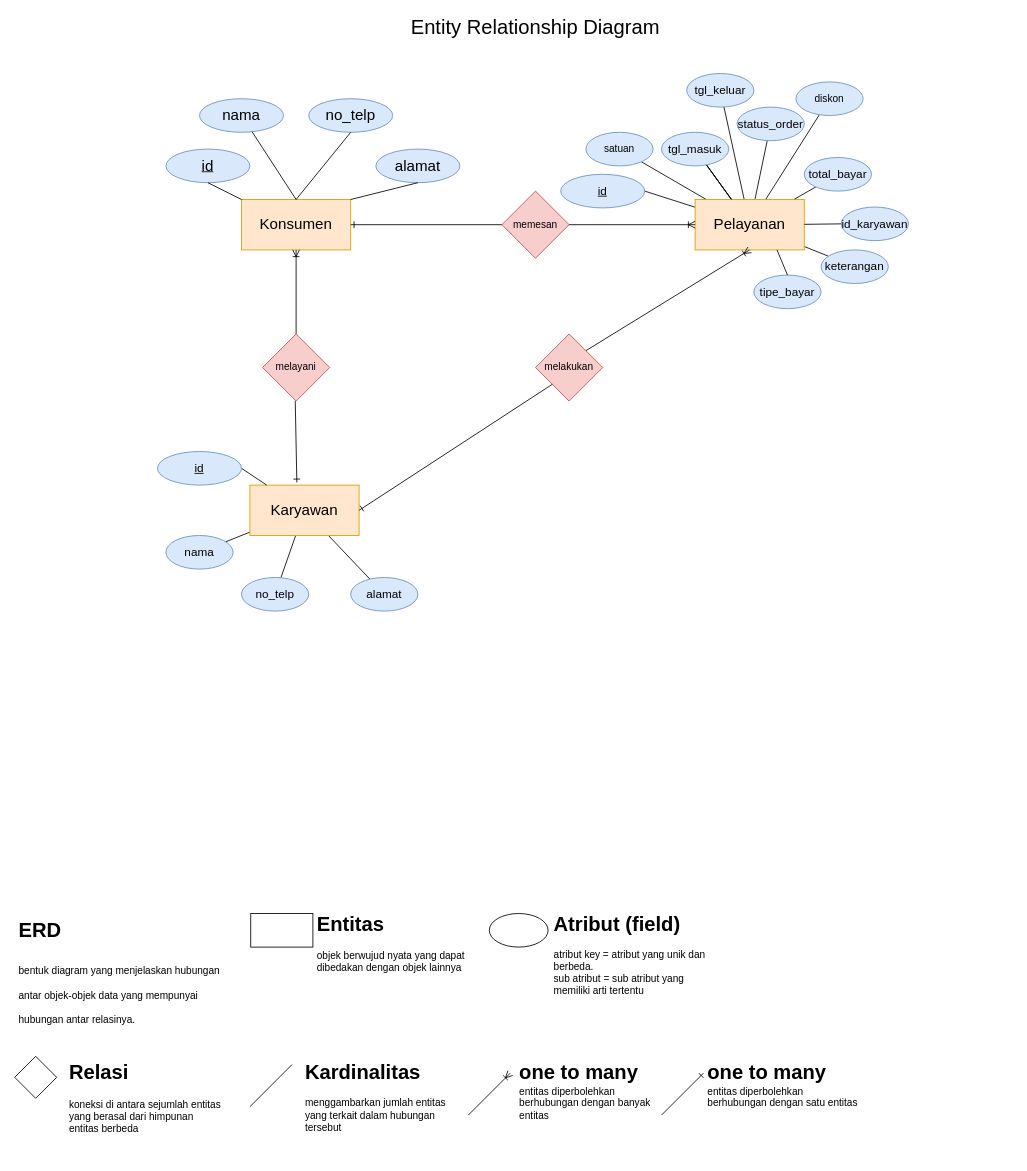
This is page "page-1" (1 of 4) of Desain Ujikom.drawio from alditasptnsr/ujikom_aldita, a draw.io file, before an edit. Source tidied: cells renumbered, new cells numbered last; positions are measured from the earlier drawing's top-left corner, leaving out a move shared by most shapes. Both pictures are drawn from the tidied source at 84%, with x=0, y=0 at pixel (14, 14).
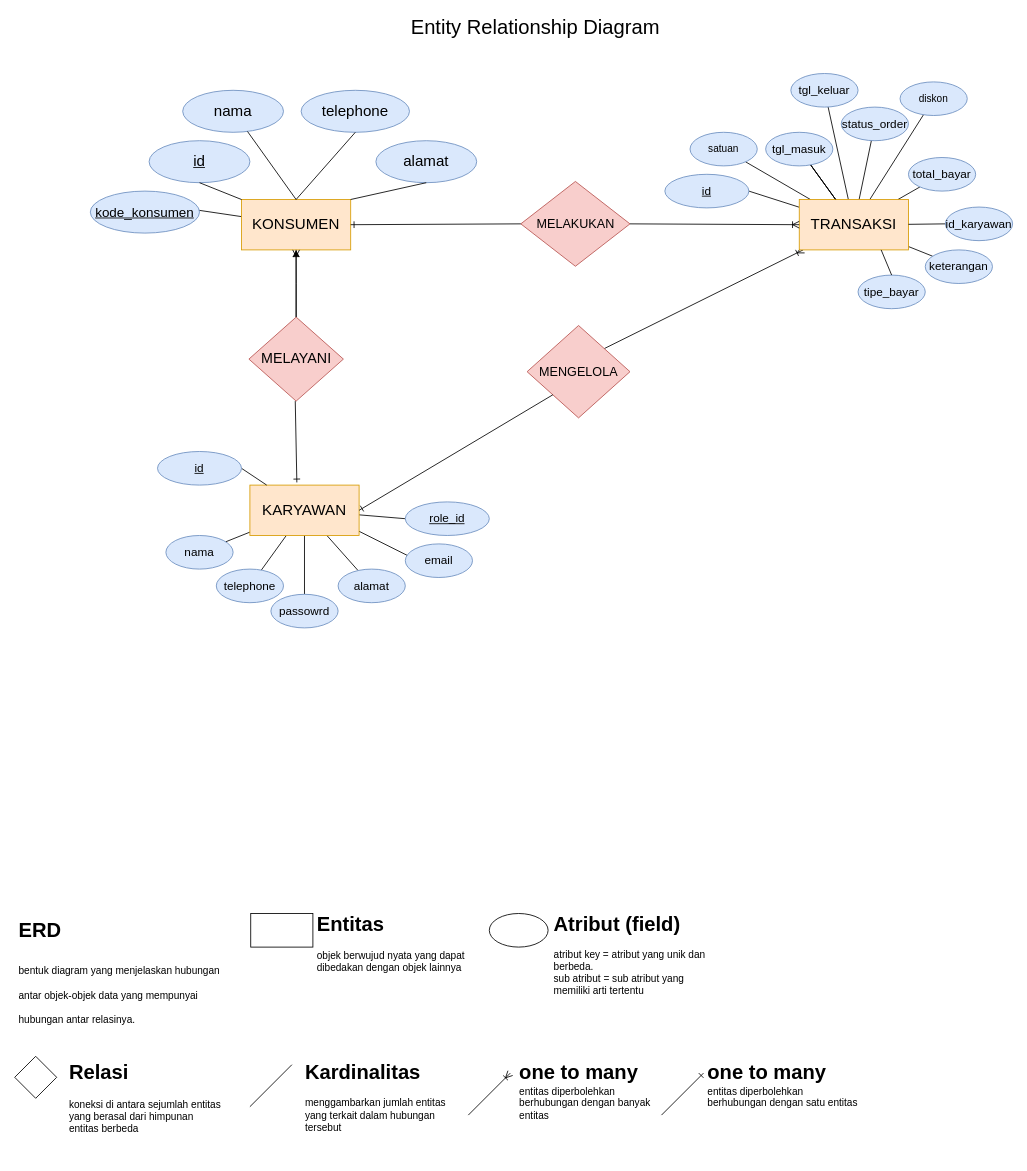
Above is the later version.

Change to the diagram source:
```diff
@@
+    <mxCell id="67" style="rounded=0;jettySize=auto;html=1;" parent="1" edge="1" source="2">
+      <mxGeometry relative="1" as="geometry">
+        <mxPoint x="200" y="230" as="targetPoint" />
+      </mxGeometry>
+    </mxCell>
-    <mxCell id="2" value="&lt;font style=&quot;font-size: 18px;&quot;&gt;Konsumen&lt;/font&gt;" style="whiteSpace=wrap;html=1;align=center;fillColor=#ffe6cc;strokeColor=#d79b00;" parent="1" vertex="1">
+    <mxCell id="2" value="&lt;font style=&quot;font-size: 18px;&quot;&gt;KONSUMEN&lt;/font&gt;" style="whiteSpace=wrap;html=1;align=center;fillColor=#ffe6cc;strokeColor=#d79b00;" parent="1" vertex="1">
       <mxGeometry x="270" y="220" width="130" height="60" as="geometry" />
     </mxCell>
@@
+    <mxCell id="68" style="rounded=0;jettySize=auto;html=1;entryX=0;entryY=0.5;entryDx=0;entryDy=0;endArrow=none;endFill=0;" parent="1" edge="1" source="6" target="74">
+      <mxGeometry relative="1" as="geometry" />
+    </mxCell>
+    <mxCell id="69" style="edgeStyle=orthogonalEdgeStyle;rounded=0;jettySize=auto;html=1;entryX=0.5;entryY=0;entryDx=0;entryDy=0;endArrow=none;endFill=0;" parent="1" edge="1" source="6" target="76">
+      <mxGeometry relative="1" as="geometry" />
+    </mxCell>
+    <mxCell id="70" style="rounded=0;orthogonalLoop=1;jettySize=auto;html=1;entryX=0;entryY=0.5;entryDx=0;entryDy=0;endArrow=none;endFill=0;" parent="1" edge="1">
+      <mxGeometry relative="1" as="geometry">
+        <mxPoint x="408" y="614" as="sourcePoint" />
+        <mxPoint x="468" y="644" as="targetPoint" />
+      </mxGeometry>
+    </mxCell>
-    <mxCell id="6" value="&lt;font style=&quot;font-size: 18px;&quot;&gt;Karyawan&lt;/font&gt;" style="whiteSpace=wrap;html=1;align=center;fillColor=#ffe6cc;strokeColor=#d79b00;" parent="1" vertex="1">
+    <mxCell id="6" value="&lt;font style=&quot;font-size: 18px;&quot;&gt;KARYAWAN&lt;/font&gt;" style="whiteSpace=wrap;html=1;align=center;fillColor=#ffe6cc;strokeColor=#d79b00;" parent="1" vertex="1">
       <mxGeometry x="280" y="560" width="130" height="60" as="geometry" />
     </mxCell>
@@
+    <mxCell id="71" style="rounded=0;jettySize=auto;html=1;entryX=1;entryY=0;entryDx=0;entryDy=0;endArrow=none;endFill=0;startArrow=ERoneToMany;startFill=0;" parent="1" edge="1" source="16" target="19">
+      <mxGeometry relative="1" as="geometry" />
+    </mxCell>
-    <mxCell id="16" value="&lt;font style=&quot;font-size: 18px;&quot;&gt;Pelayanan&lt;/font&gt;" style="whiteSpace=wrap;html=1;align=center;fillColor=#ffe6cc;strokeColor=#d79b00;" parent="1" vertex="1">
-      <mxGeometry x="810" y="220" width="130" height="60" as="geometry" />
+    <mxCell id="16" value="&lt;font style=&quot;font-size: 18px;&quot;&gt;TRANSAKSI&lt;/font&gt;" style="whiteSpace=wrap;html=1;align=center;fillColor=#ffe6cc;strokeColor=#d79b00;" parent="1" vertex="1">
+      <mxGeometry x="934" y="220" width="130" height="60" as="geometry" />
     </mxCell>
+    <mxCell id="72" style="edgeStyle=orthogonalEdgeStyle;rounded=0;jettySize=auto;html=1;" parent="1" edge="1" source="17" target="2">
+      <mxGeometry relative="1" as="geometry" />
+    </mxCell>
-    <mxCell id="17" value="melayani" style="rhombus;whiteSpace=wrap;html=1;fillColor=#f8cecc;strokeColor=#b85450;" parent="1" vertex="1">
-      <mxGeometry x="295" y="380" width="80" height="80" as="geometry" />
+    <mxCell id="17" value="&lt;font style=&quot;font-size: 17px;&quot;&gt;MELAYANI&lt;/font&gt;" style="rhombus;whiteSpace=wrap;html=1;fillColor=#f8cecc;strokeColor=#b85450;" parent="1" vertex="1">
+      <mxGeometry x="278.8" y="360" width="112.5" height="100" as="geometry" />
     </mxCell>
-    <mxCell id="18" value="memesan" style="rhombus;whiteSpace=wrap;html=1;fillColor=#f8cecc;strokeColor=#b85450;" parent="1" vertex="1">
-      <mxGeometry x="580" y="210" width="80" height="80" as="geometry" />
+    <mxCell id="18" value="&lt;font style=&quot;font-size: 15px;&quot;&gt;MELAKUKAN&lt;/font&gt;" style="rhombus;whiteSpace=wrap;html=1;fillColor=#f8cecc;strokeColor=#b85450;" parent="1" vertex="1">
+      <mxGeometry x="602.5" y="198.5" width="130" height="101" as="geometry" />
     </mxCell>
-    <mxCell id="19" value="melakukan" style="rhombus;whiteSpace=wrap;html=1;fillColor=#f8cecc;strokeColor=#b85450;" parent="1" vertex="1">
-      <mxGeometry x="620" y="380" width="80" height="80" as="geometry" />
+    <mxCell id="19" value="&lt;font style=&quot;font-size: 15px;&quot;&gt;MENGELOLA&lt;/font&gt;" style="rhombus;whiteSpace=wrap;html=1;fillColor=#f8cecc;strokeColor=#b85450;" parent="1" vertex="1">
+      <mxGeometry x="610" y="370" width="122.5" height="110" as="geometry" />
     </mxCell>
     <mxCell id="20" style="fontSize=12;html=1;endArrow=ERoneToMany;endFill=0;rounded=0;" parent="1" edge="1">
       <mxGeometry relative="1" as="geometry">
-        <mxPoint x="335" y="380" as="sourcePoint" />
+        <mxPoint x="335" y="360" as="sourcePoint" />
         <mxPoint x="335" y="280" as="targetPoint" />
       </mxGeometry>
     </mxCell>
@@
-    <mxCell id="23" style="fontSize=12;html=1;endArrow=ERoneToMany;endFill=0;rounded=0;entryX=0.5;entryY=1;entryDx=0;entryDy=0;exitX=1;exitY=0;exitDx=0;exitDy=0;" parent="1" edge="1" source="19" target="16">
-      <mxGeometry relative="1" as="geometry" />
-    </mxCell>
@@
     <mxCell id="26" value="id" style="ellipse;whiteSpace=wrap;html=1;align=center;fontStyle=4;fontSize=18;fillColor=#dae8fc;strokeColor=#6c8ebf;" parent="1" vertex="1">
-      <mxGeometry x="180" y="160" width="100" height="40" as="geometry" />
+      <mxGeometry x="160" y="150" width="120" height="50" as="geometry" />
     </mxCell>
@@
     <mxCell id="28" value="nama" style="ellipse;whiteSpace=wrap;html=1;align=center;fontSize=18;fillColor=#dae8fc;strokeColor=#6c8ebf;" parent="1" vertex="1">
-      <mxGeometry x="220" y="100" width="100" height="40" as="geometry" />
+      <mxGeometry x="200" y="90" width="120" height="50" as="geometry" />
     </mxCell>
-    <mxCell id="29" value="no_telp" style="ellipse;whiteSpace=wrap;html=1;align=center;fontSize=18;fillColor=#dae8fc;strokeColor=#6c8ebf;" parent="1" vertex="1">
-      <mxGeometry x="350" y="100" width="100" height="40" as="geometry" />
+    <mxCell id="29" value="telephone" style="ellipse;whiteSpace=wrap;html=1;align=center;fontSize=18;fillColor=#dae8fc;strokeColor=#6c8ebf;" parent="1" vertex="1">
+      <mxGeometry x="341" y="90" width="129" height="50" as="geometry" />
     </mxCell>
     <mxCell id="30" value="alamat" style="ellipse;whiteSpace=wrap;html=1;align=center;fontSize=18;fillColor=#dae8fc;strokeColor=#6c8ebf;" parent="1" vertex="1">
-      <mxGeometry x="430" y="160" width="100" height="40" as="geometry" />
+      <mxGeometry x="430" y="150" width="120" height="50" as="geometry" />
     </mxCell>
@@
     <mxCell id="34" value="satuan" style="ellipse;whiteSpace=wrap;html=1;fillColor=#dae8fc;strokeColor=#6c8ebf;" parent="1" vertex="1">
-      <mxGeometry x="680" y="140" width="80" height="40" as="geometry" />
+      <mxGeometry x="804" y="140" width="80" height="40" as="geometry" />
     </mxCell>
@@
     <mxCell id="36" value="&lt;font style=&quot;font-size: 14px;&quot;&gt;tgl_masuk&lt;/font&gt;" style="ellipse;whiteSpace=wrap;html=1;fillColor=#dae8fc;strokeColor=#6c8ebf;" parent="1" vertex="1">
-      <mxGeometry x="770" y="140" width="80" height="40" as="geometry" />
+      <mxGeometry x="894" y="140" width="80" height="40" as="geometry" />
     </mxCell>
     <mxCell id="37" value="&lt;font style=&quot;font-size: 14px;&quot;&gt;tgl_keluar&lt;/font&gt;" style="ellipse;whiteSpace=wrap;html=1;fillColor=#dae8fc;strokeColor=#6c8ebf;" parent="1" vertex="1">
-      <mxGeometry x="800" y="70" width="80" height="40" as="geometry" />
+      <mxGeometry x="924" y="70" width="80" height="40" as="geometry" />
     </mxCell>
     <mxCell id="38" value="&lt;font style=&quot;font-size: 14px;&quot;&gt;status_order&lt;/font&gt;" style="ellipse;whiteSpace=wrap;html=1;fillColor=#dae8fc;strokeColor=#6c8ebf;" parent="1" vertex="1">
-      <mxGeometry x="860" y="110" width="80" height="40" as="geometry" />
+      <mxGeometry x="984" y="110" width="80" height="40" as="geometry" />
     </mxCell>
     <mxCell id="39" value="diskon" style="ellipse;whiteSpace=wrap;html=1;fillColor=#dae8fc;strokeColor=#6c8ebf;" parent="1" vertex="1">
-      <mxGeometry x="930" y="80" width="80" height="40" as="geometry" />
+      <mxGeometry x="1054" y="80" width="80" height="40" as="geometry" />
     </mxCell>
@@
     <mxCell id="41" value="&lt;font style=&quot;font-size: 14px;&quot;&gt;total_bayar&lt;/font&gt;" style="ellipse;whiteSpace=wrap;html=1;fillColor=#dae8fc;strokeColor=#6c8ebf;" parent="1" vertex="1">
-      <mxGeometry x="940" y="170" width="80" height="40" as="geometry" />
+      <mxGeometry x="1064" y="170" width="80" height="40" as="geometry" />
     </mxCell>
     <mxCell id="42" value="&lt;font style=&quot;font-size: 14px;&quot;&gt;keterangan&lt;/font&gt;" style="ellipse;whiteSpace=wrap;html=1;fillColor=#dae8fc;strokeColor=#6c8ebf;" parent="1" vertex="1">
-      <mxGeometry x="960" y="280" width="80" height="40" as="geometry" />
+      <mxGeometry x="1084" y="280" width="80" height="40" as="geometry" />
     </mxCell>
     <mxCell id="43" value="id" style="ellipse;whiteSpace=wrap;html=1;align=center;fontStyle=4;fontSize=14;fillColor=#dae8fc;strokeColor=#6c8ebf;" parent="1" vertex="1">
-      <mxGeometry x="650" y="190" width="100" height="40" as="geometry" />
+      <mxGeometry x="774" y="190" width="100" height="40" as="geometry" />
     </mxCell>
@@
-    <mxCell id="47" value="&lt;font style=&quot;font-size: 14px;&quot;&gt;no_telp&lt;/font&gt;" style="ellipse;whiteSpace=wrap;html=1;fillColor=#dae8fc;strokeColor=#6c8ebf;" parent="1" vertex="1">
-      <mxGeometry x="270" y="670" width="80" height="40" as="geometry" />
+    <mxCell id="47" value="&lt;font style=&quot;font-size: 14px;&quot;&gt;telephone&lt;/font&gt;" style="ellipse;whiteSpace=wrap;html=1;fillColor=#dae8fc;strokeColor=#6c8ebf;" parent="1" vertex="1">
+      <mxGeometry x="240" y="660" width="80" height="40" as="geometry" />
     </mxCell>
     <mxCell id="48" value="&lt;font style=&quot;font-size: 14px;&quot;&gt;alamat&lt;/font&gt;" style="ellipse;whiteSpace=wrap;html=1;fillColor=#dae8fc;strokeColor=#6c8ebf;" parent="1" vertex="1">
-      <mxGeometry x="400" y="670" width="80" height="40" as="geometry" />
+      <mxGeometry x="385" y="660" width="80" height="40" as="geometry" />
     </mxCell>
@@
     <mxCell id="50" value="&lt;font style=&quot;font-size: 14px;&quot;&gt;id_karyawan&lt;/font&gt;" style="ellipse;whiteSpace=wrap;html=1;fillColor=#dae8fc;strokeColor=#6c8ebf;fontSize=11;" parent="1" vertex="1">
-      <mxGeometry x="984" y="229" width="80" height="40" as="geometry" />
+      <mxGeometry x="1108" y="229" width="80" height="40" as="geometry" />
     </mxCell>
     <mxCell id="51" value="&lt;font style=&quot;font-size: 14px;&quot;&gt;tipe_bayar&lt;/font&gt;" style="ellipse;whiteSpace=wrap;html=1;fillColor=#dae8fc;strokeColor=#6c8ebf;fontSize=11;" parent="1" vertex="1">
-      <mxGeometry x="880" y="310" width="80" height="40" as="geometry" />
+      <mxGeometry x="1004" y="310" width="80" height="40" as="geometry" />
     </mxCell>
@@
+    <mxCell id="73" value="&lt;font style=&quot;font-size: 16px;&quot;&gt;kode_konsumen&lt;/font&gt;" style="ellipse;whiteSpace=wrap;html=1;align=center;fontStyle=4;fontSize=18;fillColor=#dae8fc;strokeColor=#6c8ebf;" parent="1" vertex="1">
+      <mxGeometry x="90" y="210" width="130" height="50" as="geometry" />
+    </mxCell>
+    <mxCell id="74" value="role_id" style="ellipse;whiteSpace=wrap;html=1;align=center;fontStyle=4;fontSize=14;fillColor=#dae8fc;strokeColor=#6c8ebf;" parent="1" vertex="1">
+      <mxGeometry x="465" y="580" width="100" height="40" as="geometry" />
+    </mxCell>
+    <mxCell id="75" value="&lt;font style=&quot;font-size: 14px;&quot;&gt;email&lt;/font&gt;" style="ellipse;whiteSpace=wrap;html=1;fillColor=#dae8fc;strokeColor=#6c8ebf;" parent="1" vertex="1">
+      <mxGeometry x="465" y="630" width="80" height="40" as="geometry" />
+    </mxCell>
+    <mxCell id="76" value="&lt;font style=&quot;font-size: 14px;&quot;&gt;passowrd&lt;/font&gt;" style="ellipse;whiteSpace=wrap;html=1;fillColor=#dae8fc;strokeColor=#6c8ebf;" parent="1" vertex="1">
+      <mxGeometry x="305" y="690" width="80" height="40" as="geometry" />
+    </mxCell>
```
